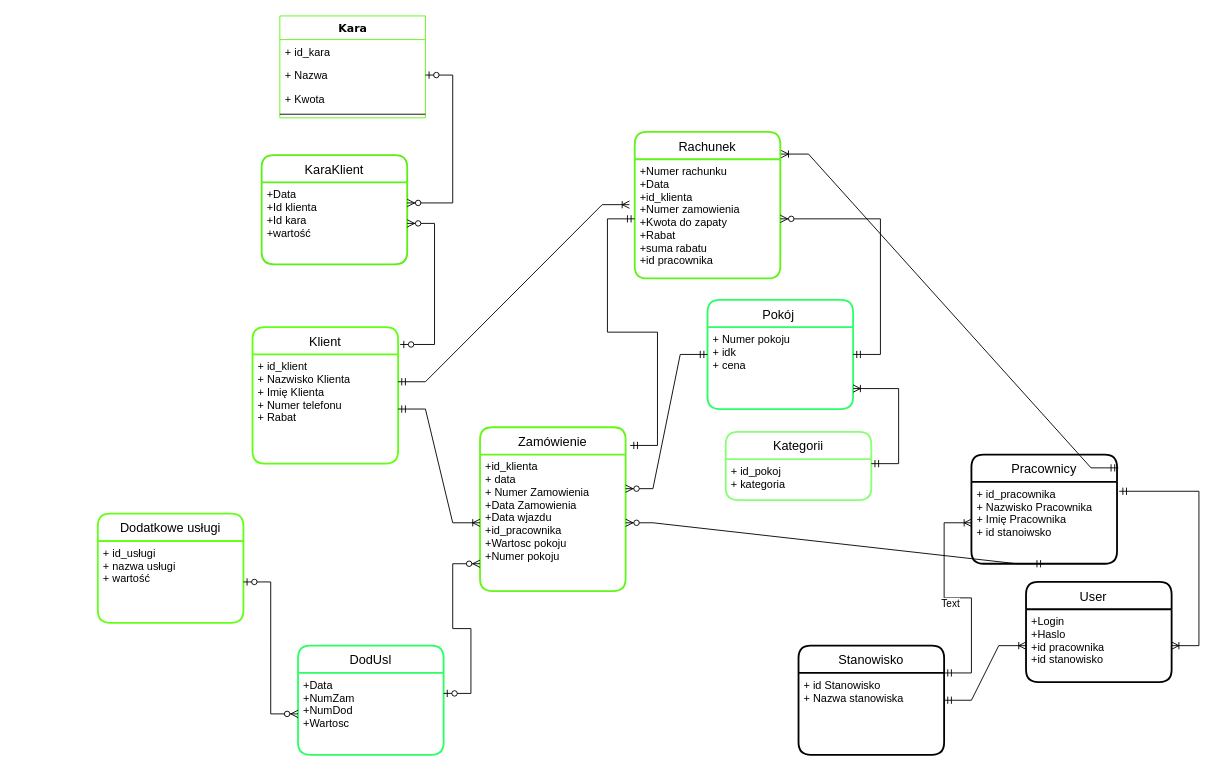
The draw.io diagram Hotel California.drawio in DemskyiDm/Horyzont, before the edit. Source tidied: cells renumbered, new cells numbered last; positions are measured from the earlier drawing's top-left corner, leaving out a move shared by most shapes. Both pictures are drawn from the tidied source at 91%, with x=0, y=0 at pixel (97, 15).
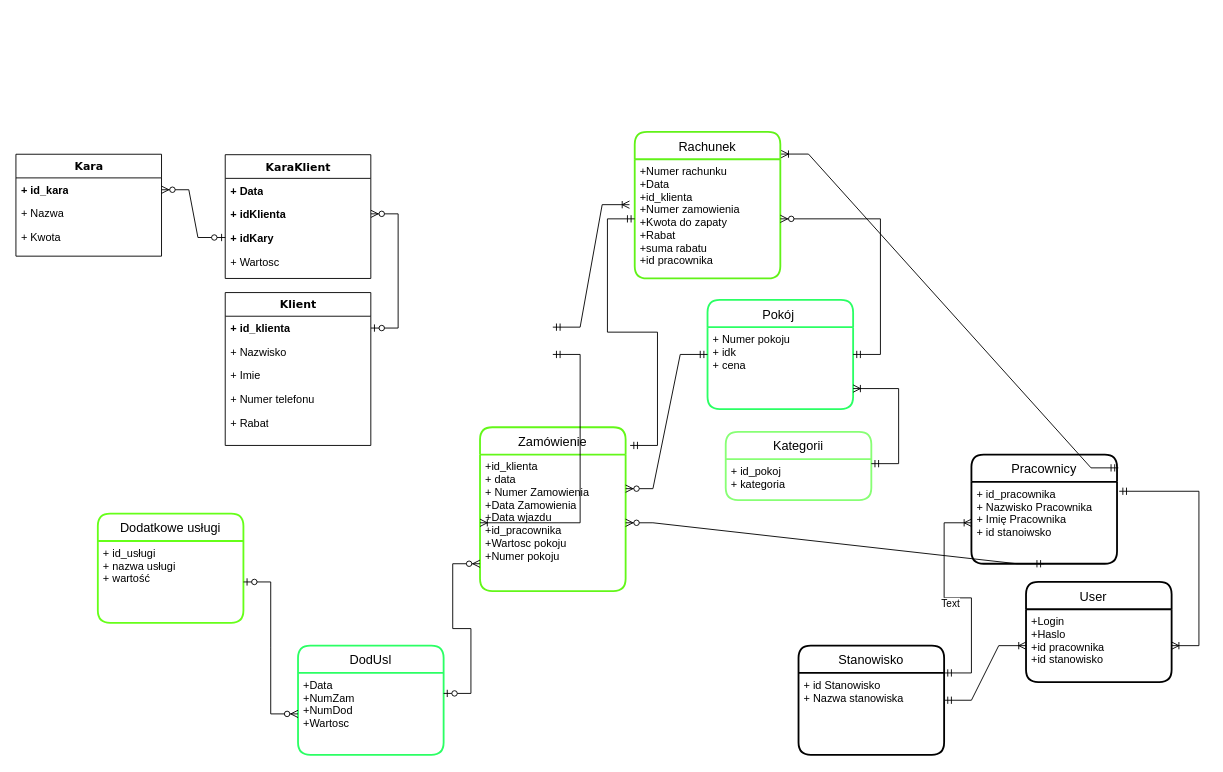
The same page after the edit.

The change refers to these unchanged cells:
```xml
<mxCell id="4" value="+ Nazwa" style="text;html=1;strokeColor=none;fillColor=none;align=left;verticalAlign=top;spacingLeft=4;spacingRight=4;whiteSpace=wrap;overflow=hidden;points=[[0,0.5],[1,0.5]];portConstraint=eastwest;" parent="2" vertex="1">
  <mxGeometry y="52" width="160" height="26" as="geometry" />
</mxCell>
<mxCell id="10" value="+id_klienta&#10;+ data&#10;+ Numer Zamowienia&#10;+Data Zamowienia&#10;+Data wjazdu&#10;+id_pracownika&#10;+Wartosc pokoju&#10;+Numer pokoju" style="align=left;strokeColor=none;fillColor=none;spacingLeft=4;fontSize=12;verticalAlign=top;" parent="9" vertex="1">
  <mxGeometry y="30" width="160" height="150" as="geometry" />
</mxCell>
<mxCell id="27" value="+Numer rachunku&#10;+Data&#10;+id_klienta&#10;+Numer zamowienia&#10;+Kwota do zapaty&#10;+Rabat&#10;+suma rabatu&#10;+id pracownika" style="align=left;strokeColor=none;fillColor=none;spacingLeft=4;fontSize=12;verticalAlign=top;" parent="26" vertex="1">
  <mxGeometry y="30" width="160" height="131" as="geometry" />
</mxCell>
```

What changed in the source:
```diff
@@
-    <mxCell id="2" value="Kara" style="swimlane;html=1;fontStyle=1;align=center;verticalAlign=top;horizontal=1;startSize=26;swimlaneFillColor=#ffffff;rounded=0;shadow=0;comic=0;labelBackgroundColor=none;strokeWidth=1;fillColor=none;fontFamily=Verdana;fontSize=12;strokeColor=#5EF711;" parent="1" vertex="1">
-      <mxGeometry x="200" width="160" height="112" as="geometry" />
+    <mxCell id="2" value="Kara" style="swimlane;html=1;fontStyle=1;align=center;verticalAlign=top;horizontal=1;startSize=26;swimlaneFillColor=#ffffff;rounded=0;shadow=0;comic=0;labelBackgroundColor=none;strokeWidth=1;fillColor=none;fontFamily=Verdana;fontSize=12;strokeColor=#000000;" parent="1" vertex="1">
+      <mxGeometry x="-90" y="152" width="160" height="112" as="geometry" />
     </mxCell>
-    <mxCell id="3" value="+ id_kara" style="text;html=1;strokeColor=none;fillColor=none;align=left;verticalAlign=top;spacingLeft=4;spacingRight=4;whiteSpace=wrap;overflow=hidden;points=[[0,0.5],[1,0.5]];portConstraint=eastwest;" parent="2" vertex="1">
+    <mxCell id="3" value="&lt;b&gt;+ id_kara&lt;/b&gt;" style="text;html=1;strokeColor=none;fillColor=none;align=left;verticalAlign=top;spacingLeft=4;spacingRight=4;whiteSpace=wrap;overflow=hidden;points=[[0,0.5],[1,0.5]];portConstraint=eastwest;" parent="2" vertex="1">
       <mxGeometry y="26" width="160" height="26" as="geometry" />
     </mxCell>
@@
-    <mxCell id="6" style="line;html=1;strokeWidth=1;fillColor=none;align=left;verticalAlign=middle;spacingTop=-1;spacingLeft=3;spacingRight=3;labelPosition=right;" parent="2" vertex="1">
-      <mxGeometry y="104" width="160" height="8" as="geometry" />
-    </mxCell>
-    <mxCell id="7" value="Klient" style="swimlane;horizontal=1;startSize=30;rounded=1;fontSize=14;fontStyle=0;strokeWidth=2;shadow=0;dashed=0;align=center;strokeColor=#61FF12;" parent="1" vertex="1">
-      <mxGeometry x="170" y="342" width="160" height="150" as="geometry" />
-    </mxCell>
-    <mxCell id="8" value="+ id_klient&#10;+ Nazwisko Klienta&#10;+ Imię Klienta&#10;+ Numer telefonu&#10;+ Rabat" style="align=left;strokeColor=none;fillColor=none;spacingLeft=4;fontSize=12;verticalAlign=top;" parent="7" vertex="1">
-      <mxGeometry y="30" width="160" height="120" as="geometry" />
-    </mxCell>
@@
-    <mxCell id="11" style="edgeStyle=entityRelationEdgeStyle;fontSize=12;html=1;endArrow=ERoneToMany;startArrow=ERmandOne;rounded=0;exitX=1;exitY=0.5;exitDx=0;exitDy=0;entryX=0;entryY=0.5;entryDx=0;entryDy=0;" parent="1" edge="1" source="8" target="10">
-      <mxGeometry relative="1" as="geometry" />
+    <mxCell id="11" style="edgeStyle=entityRelationEdgeStyle;fontSize=12;html=1;endArrow=ERoneToMany;startArrow=ERmandOne;rounded=0;exitX=1;exitY=0.5;exitDx=0;exitDy=0;entryX=0;entryY=0.5;entryDx=0;entryDy=0;" parent="1" edge="1" target="10">
+      <mxGeometry relative="1" as="geometry">
+        <mxPoint x="500" y="372" as="sourcePoint" />
+      </mxGeometry>
     </mxCell>
@@
-    <mxCell id="28" style="edgeStyle=entityRelationEdgeStyle;fontSize=12;html=1;endArrow=ERoneToMany;startArrow=ERmandOne;rounded=0;exitX=1;exitY=0.25;exitDx=0;exitDy=0;entryX=-0.036;entryY=0.381;entryDx=0;entryDy=0;entryPerimeter=0;" parent="1" edge="1" source="8" target="27">
-      <mxGeometry relative="1" as="geometry" />
+    <mxCell id="28" style="edgeStyle=entityRelationEdgeStyle;fontSize=12;html=1;endArrow=ERoneToMany;startArrow=ERmandOne;rounded=0;exitX=1;exitY=0.25;exitDx=0;exitDy=0;entryX=-0.036;entryY=0.381;entryDx=0;entryDy=0;entryPerimeter=0;" parent="1" edge="1" target="27">
+      <mxGeometry relative="1" as="geometry">
+        <mxPoint x="500" y="342" as="sourcePoint" />
+      </mxGeometry>
     </mxCell>
@@
-    <mxCell id="37" value="KaraKlient" style="swimlane;horizontal=1;startSize=30;rounded=1;fontSize=14;fontStyle=0;strokeWidth=2;shadow=0;dashed=0;align=center;strokeColor=#5BF011;" parent="1" vertex="1">
-      <mxGeometry x="180" y="153" width="160" height="120" as="geometry" />
-    </mxCell>
-    <mxCell id="38" value="+Data&#10;+Id klienta&#10;+Id kara&#10;+wartość" style="align=left;strokeColor=none;fillColor=none;spacingLeft=4;fontSize=12;verticalAlign=top;" parent="37" vertex="1">
-      <mxGeometry y="30" width="160" height="90" as="geometry" />
-    </mxCell>
-    <mxCell id="39" style="edgeStyle=entityRelationEdgeStyle;fontSize=12;html=1;endArrow=ERzeroToMany;startArrow=ERzeroToOne;rounded=0;exitX=1.014;exitY=0.127;exitDx=0;exitDy=0;exitPerimeter=0;" parent="1" edge="1" source="7" target="38">
+    <mxCell id="39" style="edgeStyle=entityRelationEdgeStyle;fontSize=12;html=1;endArrow=ERzeroToMany;startArrow=ERzeroToOne;rounded=0;entryX=1;entryY=0.5;entryDx=0;entryDy=0;" parent="1" edge="1" source="49" target="46">
       <mxGeometry relative="1" as="geometry" />
     </mxCell>
-    <mxCell id="40" style="edgeStyle=entityRelationEdgeStyle;fontSize=12;html=1;endArrow=ERzeroToMany;startArrow=ERzeroToOne;rounded=0;entryX=1;entryY=0.25;entryDx=0;entryDy=0;" parent="1" edge="1" source="4" target="38">
-      <mxGeometry relative="1" as="geometry" />
-    </mxCell>
@@
+    <mxCell id="37" value="KaraKlient" style="swimlane;html=1;fontStyle=1;align=center;verticalAlign=top;horizontal=1;startSize=26;swimlaneFillColor=#ffffff;rounded=0;shadow=0;comic=0;labelBackgroundColor=none;strokeWidth=1;fillColor=none;fontFamily=Verdana;fontSize=12;strokeColor=#000000;" parent="1" vertex="1">
+      <mxGeometry x="140" y="152.5" width="160" height="136" as="geometry" />
+    </mxCell>
+    <mxCell id="45" value="&lt;b&gt;+ Data&lt;/b&gt;" style="text;html=1;strokeColor=none;fillColor=none;align=left;verticalAlign=top;spacingLeft=4;spacingRight=4;whiteSpace=wrap;overflow=hidden;" parent="37" vertex="1">
+      <mxGeometry y="26" width="160" height="26" as="geometry" />
+    </mxCell>
+    <mxCell id="46" value="&lt;b&gt;+ idKlienta&lt;/b&gt;" style="text;html=1;strokeColor=none;fillColor=none;align=left;verticalAlign=top;spacingLeft=4;spacingRight=4;whiteSpace=wrap;overflow=hidden;points=[[0,0.5],[1,0.5]];portConstraint=eastwest;" parent="37" vertex="1">
+      <mxGeometry y="52" width="160" height="26" as="geometry" />
+    </mxCell>
+    <mxCell id="47" value="&lt;b&gt;+ idKary&lt;/b&gt;" style="text;html=1;strokeColor=none;fillColor=none;align=left;verticalAlign=top;spacingLeft=4;spacingRight=4;whiteSpace=wrap;overflow=hidden;points=[[0,0.5],[1,0.5]];portConstraint=eastwest;" parent="37" vertex="1">
+      <mxGeometry y="78" width="160" height="26" as="geometry" />
+    </mxCell>
+    <mxCell id="48" value="+ Wartosc" style="text;html=1;strokeColor=none;fillColor=none;align=left;verticalAlign=top;spacingLeft=4;spacingRight=4;whiteSpace=wrap;overflow=hidden;" parent="37" vertex="1">
+      <mxGeometry y="104" width="160" height="26" as="geometry" />
+    </mxCell>
+    <mxCell id="7" value="Klient" style="swimlane;html=1;fontStyle=1;align=center;verticalAlign=top;horizontal=1;startSize=26;swimlaneFillColor=#ffffff;rounded=0;shadow=0;comic=0;labelBackgroundColor=none;strokeWidth=1;fillColor=none;fontFamily=Verdana;fontSize=12;strokeColor=#000000;" parent="1" vertex="1">
+      <mxGeometry x="140" y="304" width="160" height="168" as="geometry" />
+    </mxCell>
+    <mxCell id="49" value="&lt;b&gt;+ id_klienta&lt;/b&gt;" style="text;html=1;strokeColor=none;fillColor=none;align=left;verticalAlign=top;spacingLeft=4;spacingRight=4;whiteSpace=wrap;overflow=hidden;points=[[0,0.5],[1,0.5]];portConstraint=eastwest;" parent="7" vertex="1">
+      <mxGeometry y="26" width="160" height="26" as="geometry" />
+    </mxCell>
+    <mxCell id="50" value="+ Nazwisko" style="text;html=1;strokeColor=none;fillColor=none;align=left;verticalAlign=top;spacingLeft=4;spacingRight=4;whiteSpace=wrap;overflow=hidden;" parent="7" vertex="1">
+      <mxGeometry y="52" width="160" height="26" as="geometry" />
+    </mxCell>
+    <mxCell id="51" value="+ Imie" style="text;html=1;strokeColor=none;fillColor=none;align=left;verticalAlign=top;spacingLeft=4;spacingRight=4;whiteSpace=wrap;overflow=hidden;" parent="7" vertex="1">
+      <mxGeometry y="78" width="160" height="26" as="geometry" />
+    </mxCell>
+    <mxCell id="52" value="+ Numer telefonu" style="text;html=1;strokeColor=none;fillColor=none;align=left;verticalAlign=top;spacingLeft=4;spacingRight=4;whiteSpace=wrap;overflow=hidden;" parent="7" vertex="1">
+      <mxGeometry y="104" width="160" height="26" as="geometry" />
+    </mxCell>
+    <mxCell id="53" value="+ Rabat" style="text;html=1;strokeColor=none;fillColor=none;align=left;verticalAlign=top;spacingLeft=4;spacingRight=4;whiteSpace=wrap;overflow=hidden;" parent="7" vertex="1">
+      <mxGeometry y="130" width="160" height="26" as="geometry" />
+    </mxCell>
+    <mxCell id="54" style="edgeStyle=entityRelationEdgeStyle;fontSize=12;html=1;endArrow=ERzeroToMany;startArrow=ERzeroToOne;rounded=0;exitX=0;exitY=0.5;exitDx=0;exitDy=0;entryX=1;entryY=0.5;entryDx=0;entryDy=0;" parent="1" edge="1" source="47" target="3">
+      <mxGeometry relative="1" as="geometry" />
+    </mxCell>
```
